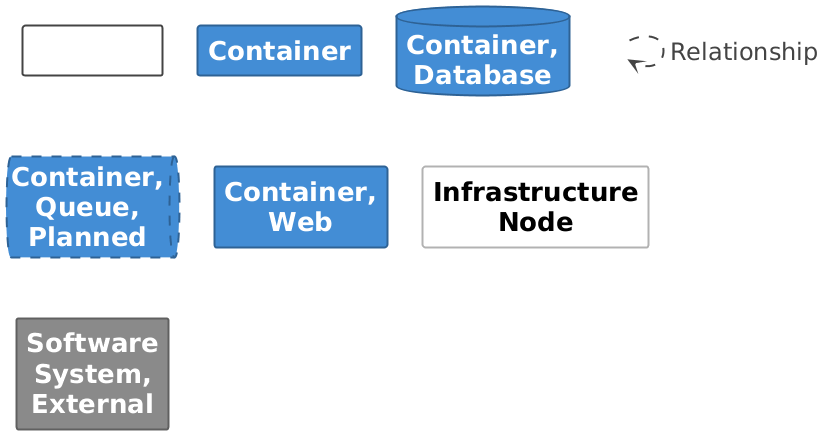
This is documentation/c4/images/structurizr-LocalDevelopment-key.png from raphaelkwek/event-planning-and-venue-booking-system, a PlantUML export, as it was before one commit. The source it was exported from:
```plantuml
@startuml

set separator none
hide stereotype

<style>
  root {
    BackgroundColor: #ffffff;
    FontColor: #444444;
  }
  // Element,Container
  .Element-RWxlbWVudCxDb250YWluZXI= {
    BackgroundColor: #438dd5;
    LineColor: #2e6295;
    LineStyle: 0;
    LineThickness: 2;
    FontColor: #ffffff;
    FontSize: 24;
    HorizontalAlignment: center;
    Shadowing: 0;
    MaximumWidth: 200;
  }
  // Element,Container,Database
  .Element-RWxlbWVudCxDb250YWluZXIsRGF0YWJhc2U= {
    BackgroundColor: #438dd5;
    LineColor: #2e6295;
    LineStyle: 0;
    LineThickness: 2;
    FontColor: #ffffff;
    FontSize: 24;
    HorizontalAlignment: center;
    Shadowing: 0;
    MaximumWidth: 200;
  }
  // Element,Container,Queue,Planned
  .Element-RWxlbWVudCxDb250YWluZXIsUXVldWUsUGxhbm5lZA== {
    BackgroundColor: #438dd5;
    LineColor: #2e6295;
    LineStyle: 10-10;
    LineThickness: 2;
    FontColor: #ffffff;
    FontSize: 24;
    HorizontalAlignment: center;
    Shadowing: 0;
    MaximumWidth: 200;
  }
  // Element,Container,Web
  .Element-RWxlbWVudCxDb250YWluZXIsV2Vi {
    BackgroundColor: #438dd5;
    LineColor: #2e6295;
    LineStyle: 0;
    LineThickness: 2;
    FontColor: #ffffff;
    FontSize: 24;
    HorizontalAlignment: center;
    Shadowing: 0;
    MaximumWidth: 200;
  }
  // Element,Infrastructure Node
  .Element-RWxlbWVudCxJbmZyYXN0cnVjdHVyZSBOb2Rl {
    BackgroundColor: #ffffff;
    LineColor: #b2b2b2;
    LineStyle: 0;
    LineThickness: 2;
    FontColor: #000000;
    FontSize: 24;
    HorizontalAlignment: center;
    Shadowing: 0;
    MaximumWidth: 200;
  }
  // Element,Software System,External
  .Element-RWxlbWVudCxTb2Z0d2FyZSBTeXN0ZW0sRXh0ZXJuYWw= {
    BackgroundColor: #8a8a8a;
    LineColor: #606060;
    LineStyle: 0;
    LineThickness: 2;
    FontColor: #ffffff;
    FontSize: 24;
    HorizontalAlignment: center;
    Shadowing: 0;
    MaximumWidth: 200;
  }
  // Relationship
  .Relationship-UmVsYXRpb25zaGlw {
    LineThickness: 2;
    LineStyle: 10-10;
    LineColor: #444444;
    FontColor: #444444;
    FontSize: 24;
    MaximumWidth: 200;
  }
  // Element
  .DeploymentNode-RWxlbWVudA== {
    BackgroundColor: #ffffff;
    LineColor: #444444;
    LineStyle: 0;
    LineThickness: 2;
    FontColor: #ffffff;
    FontSize: 24;
    HorizontalAlignment: center;
    Shadowing: 0;
    MaximumWidth: 200;
  }
  // transparent element for relationships in legend
  .Element-Transparent {
    BackgroundColor: transparent;
    LineColor: transparent;
    FontColor: transparent;
  }
</style>

rectangle "==Element" <<DeploymentNode-RWxlbWVudA==>>

rectangle "==Container" <<Element-RWxlbWVudCxDb250YWluZXI=>>

database "==Container, Database" <<Element-RWxlbWVudCxDb250YWluZXIsRGF0YWJhc2U=>>

queue "==Container, Queue, Planned" <<Element-RWxlbWVudCxDb250YWluZXIsUXVldWUsUGxhbm5lZA==>>

rectangle "==Container, Web" <<Element-RWxlbWVudCxDb250YWluZXIsV2Vi>>

rectangle "==Infrastructure Node" <<Element-RWxlbWVudCxJbmZyYXN0cnVjdHVyZSBOb2Rl>>

rectangle "==Software System, External" <<Element-RWxlbWVudCxTb2Z0d2FyZSBTeXN0ZW0sRXh0ZXJuYWw=>>

rectangle "." <<.Element-Transparent>> as 1
1 --> 1 <<Relationship-UmVsYXRpb25zaGlw>> : "Relationship"

@enduml
```
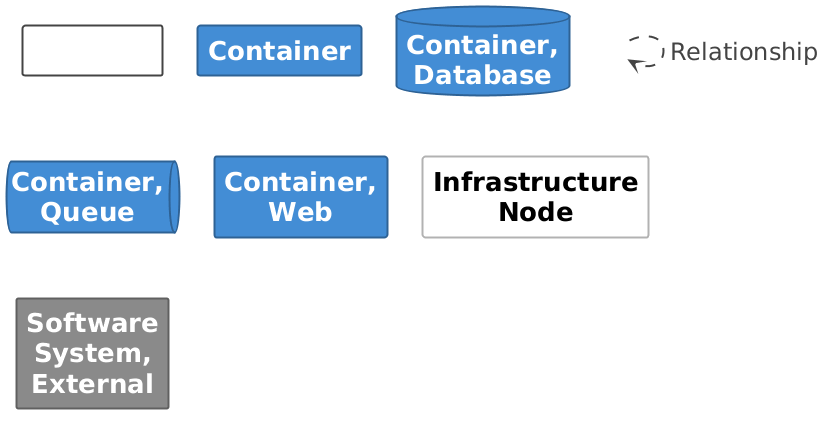
The same file after the commit.

Diff of the diagram source:
```diff
@@ -32,11 +32,11 @@
     Shadowing: 0;
     MaximumWidth: 200;
   }
-  // Element,Container,Queue,Planned
-  .Element-RWxlbWVudCxDb250YWluZXIsUXVldWUsUGxhbm5lZA== {
+  // Element,Container,Queue
+  .Element-RWxlbWVudCxDb250YWluZXIsUXVldWU= {
     BackgroundColor: #438dd5;
     LineColor: #2e6295;
-    LineStyle: 10-10;
+    LineStyle: 0;
     LineThickness: 2;
     FontColor: #ffffff;
     FontSize: 24;
@@ -115,7 +115,7 @@
 
 database "==Container, Database" <<Element-RWxlbWVudCxDb250YWluZXIsRGF0YWJhc2U=>>
 
-queue "==Container, Queue, Planned" <<Element-RWxlbWVudCxDb250YWluZXIsUXVldWUsUGxhbm5lZA==>>
+queue "==Container, Queue" <<Element-RWxlbWVudCxDb250YWluZXIsUXVldWU=>>
 
 rectangle "==Container, Web" <<Element-RWxlbWVudCxDb250YWluZXIsV2Vi>>
 
```
